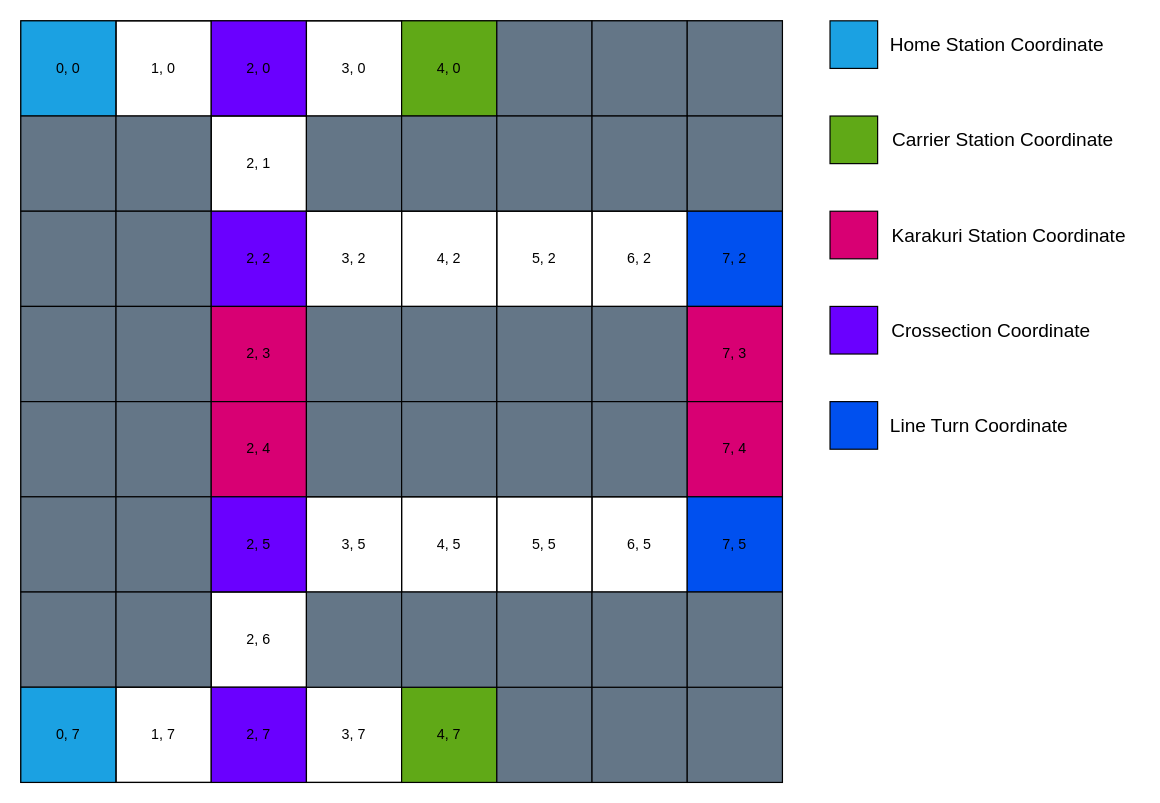
Above: page "Tag Map Coordinate" (4 of 6) of Program/Breakdown/AGV Track Design.drawio in AlfonsusGiovanni/Automated-Guided-Vehicle (draw.io), before the change. Source tidied: cells renumbered, new cells numbered last; positions are measured from the earlier drawing's top-left corner, leaving out a move shared by most shapes. Both pictures are drawn from the tidied source at 119%, with x=0, y=0 at pixel (20, 20).
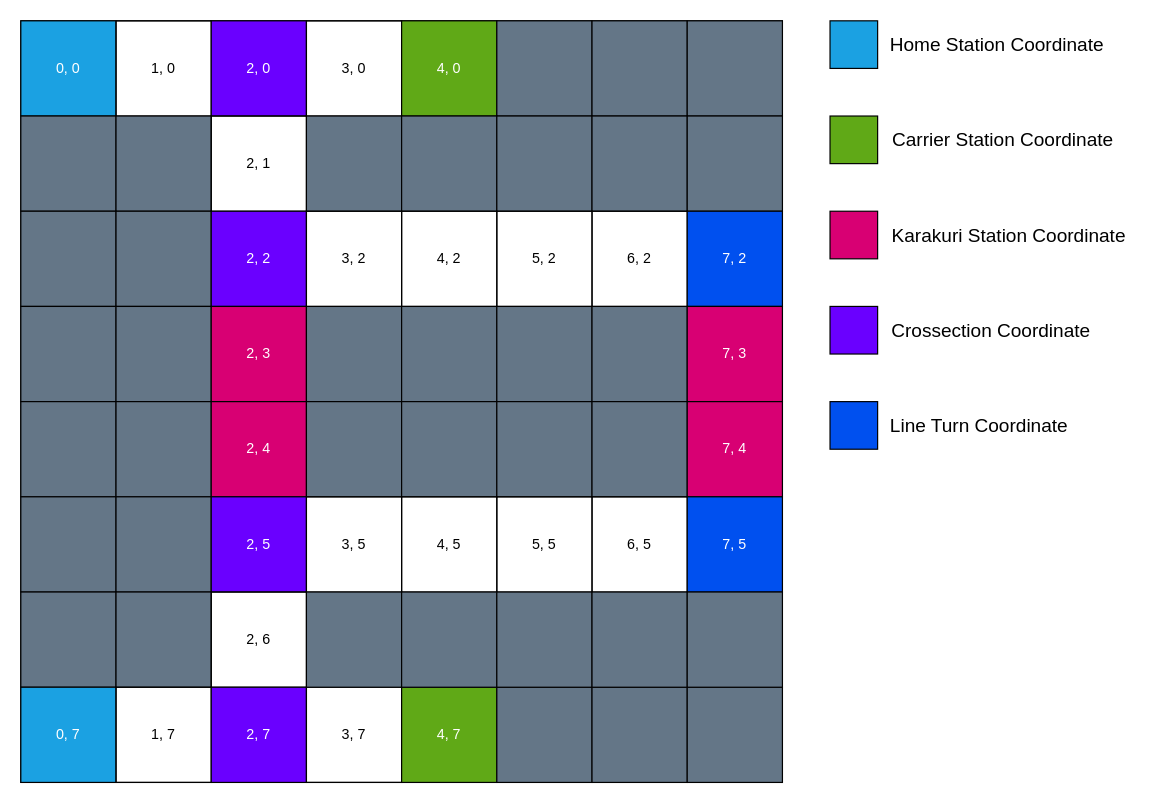
After the change.

What changed in the source:
```diff
@@
-    <mxCell id="13" value="0, 0" style="whiteSpace=wrap;html=1;flipH=1;flipV=1;fillColor=#1ba1e2;strokeColor=default;rotation=0;fontColor=default;" parent="1" vertex="1">
+    <mxCell id="13" value="0, 0" style="whiteSpace=wrap;html=1;flipH=1;flipV=1;fillColor=#1ba1e2;strokeColor=default;rotation=0;fontColor=#FFFFFF;" parent="1" vertex="1">
       <mxGeometry width="80" height="80" as="geometry" />
     </mxCell>
@@
-    <mxCell id="15" value="2, 0" style="whiteSpace=wrap;html=1;flipH=1;flipV=1;fillColor=#6a00ff;strokeColor=default;rotation=0;fontColor=default;" parent="1" vertex="1">
+    <mxCell id="15" value="2, 0" style="whiteSpace=wrap;html=1;flipH=1;flipV=1;fillColor=#6a00ff;strokeColor=default;rotation=0;fontColor=#FFFFFF;" parent="1" vertex="1">
       <mxGeometry x="160" width="80" height="80" as="geometry" />
     </mxCell>
@@
-    <mxCell id="17" value="4, 0" style="whiteSpace=wrap;html=1;flipH=1;flipV=1;fillColor=#60a917;strokeColor=default;rotation=0;fontColor=default;" parent="1" vertex="1">
+    <mxCell id="17" value="4, 0" style="whiteSpace=wrap;html=1;flipH=1;flipV=1;fillColor=#60a917;strokeColor=default;rotation=0;fontColor=#FFFFFF;" parent="1" vertex="1">
       <mxGeometry x="320" width="80" height="80" as="geometry" />
     </mxCell>
@@
-    <mxCell id="31" value="2, 2" style="whiteSpace=wrap;html=1;flipH=1;flipV=1;fillColor=#6a00ff;strokeColor=default;rotation=0;fontColor=default;" parent="1" vertex="1">
+    <mxCell id="31" value="2, 2" style="whiteSpace=wrap;html=1;flipH=1;flipV=1;fillColor=#6a00ff;strokeColor=default;rotation=0;fontColor=#FFFFFF;" parent="1" vertex="1">
       <mxGeometry x="160" y="160" width="80" height="80" as="geometry" />
     </mxCell>
@@
-    <mxCell id="36" value="7, 2" style="whiteSpace=wrap;html=1;flipH=1;flipV=1;fillColor=#0050ef;strokeColor=default;rotation=0;fontColor=default;" parent="1" vertex="1">
+    <mxCell id="36" value="7, 2" style="whiteSpace=wrap;html=1;flipH=1;flipV=1;fillColor=#0050ef;strokeColor=default;rotation=0;fontColor=#FFFFFF;" parent="1" vertex="1">
       <mxGeometry x="560" y="160" width="80" height="80" as="geometry" />
     </mxCell>
@@
-    <mxCell id="39" value="2, 3" style="whiteSpace=wrap;html=1;flipH=1;flipV=1;fillColor=#d80073;strokeColor=default;rotation=0;fontColor=default;" parent="1" vertex="1">
+    <mxCell id="39" value="2, 3" style="whiteSpace=wrap;html=1;flipH=1;flipV=1;fillColor=#d80073;strokeColor=default;rotation=0;fontColor=#FFFFFF;" parent="1" vertex="1">
       <mxGeometry x="160" y="240" width="80" height="80" as="geometry" />
     </mxCell>
@@
-    <mxCell id="44" value="7, 3" style="whiteSpace=wrap;html=1;flipH=1;flipV=1;fillColor=#d80073;strokeColor=default;rotation=0;fontColor=default;" parent="1" vertex="1">
+    <mxCell id="44" value="7, 3" style="whiteSpace=wrap;html=1;flipH=1;flipV=1;fillColor=#d80073;strokeColor=default;rotation=0;fontColor=#FFFFFF;" parent="1" vertex="1">
       <mxGeometry x="560" y="240" width="80" height="80" as="geometry" />
     </mxCell>
@@
-    <mxCell id="47" value="2, 4" style="whiteSpace=wrap;html=1;flipH=1;flipV=1;fillColor=#d80073;strokeColor=default;rotation=0;fontColor=default;" parent="1" vertex="1">
+    <mxCell id="47" value="2, 4" style="whiteSpace=wrap;html=1;flipH=1;flipV=1;fillColor=#d80073;strokeColor=default;rotation=0;fontColor=#FFFFFF;" parent="1" vertex="1">
       <mxGeometry x="160" y="320" width="80" height="80" as="geometry" />
     </mxCell>
@@
-    <mxCell id="52" value="7, 4" style="whiteSpace=wrap;html=1;flipH=1;flipV=1;fillColor=#d80073;strokeColor=default;rotation=0;fontColor=default;" parent="1" vertex="1">
+    <mxCell id="52" value="7, 4" style="whiteSpace=wrap;html=1;flipH=1;flipV=1;fillColor=#d80073;strokeColor=default;rotation=0;fontColor=#FFFFFF;" parent="1" vertex="1">
       <mxGeometry x="560" y="320" width="80" height="80" as="geometry" />
     </mxCell>
@@
-    <mxCell id="55" value="2, 5" style="whiteSpace=wrap;html=1;flipH=1;flipV=1;fillColor=#6a00ff;strokeColor=default;rotation=0;fontColor=default;" parent="1" vertex="1">
+    <mxCell id="55" value="2, 5" style="whiteSpace=wrap;html=1;flipH=1;flipV=1;fillColor=#6a00ff;strokeColor=default;rotation=0;fontColor=#FFFFFF;" parent="1" vertex="1">
       <mxGeometry x="160" y="400" width="80" height="80" as="geometry" />
     </mxCell>
@@
-    <mxCell id="60" value="7, 5" style="whiteSpace=wrap;html=1;flipH=1;flipV=1;fillColor=#0050ef;strokeColor=default;rotation=0;fontColor=default;" parent="1" vertex="1">
+    <mxCell id="60" value="7, 5" style="whiteSpace=wrap;html=1;flipH=1;flipV=1;fillColor=#0050ef;strokeColor=default;rotation=0;fontColor=#FFFFFF;" parent="1" vertex="1">
       <mxGeometry x="560" y="400" width="80" height="80" as="geometry" />
     </mxCell>
@@
-    <mxCell id="64" value="0, 7" style="whiteSpace=wrap;html=1;flipH=1;flipV=1;fillColor=#1ba1e2;strokeColor=default;rotation=0;fontColor=default;" parent="1" vertex="1">
+    <mxCell id="64" value="0, 7" style="whiteSpace=wrap;html=1;flipH=1;flipV=1;fillColor=#1ba1e2;strokeColor=default;rotation=0;fontColor=#FFFFFF;" parent="1" vertex="1">
       <mxGeometry y="560" width="80" height="80" as="geometry" />
     </mxCell>
@@
-    <mxCell id="66" value="2, 7" style="whiteSpace=wrap;html=1;flipH=1;flipV=1;fillColor=#6a00ff;strokeColor=default;rotation=0;fontColor=default;" parent="1" vertex="1">
+    <mxCell id="66" value="2, 7" style="whiteSpace=wrap;html=1;flipH=1;flipV=1;fillColor=#6a00ff;strokeColor=default;rotation=0;fontColor=#FFFFFF;" parent="1" vertex="1">
       <mxGeometry x="160" y="560" width="80" height="80" as="geometry" />
     </mxCell>
@@
-    <mxCell id="68" value="4, 7" style="whiteSpace=wrap;html=1;flipH=1;flipV=1;fillColor=#60a917;strokeColor=default;rotation=0;fontColor=default;" parent="1" vertex="1">
+    <mxCell id="68" value="4, 7" style="whiteSpace=wrap;html=1;flipH=1;flipV=1;fillColor=#60a917;strokeColor=default;rotation=0;fontColor=#FFFFFF;" parent="1" vertex="1">
       <mxGeometry x="320" y="560" width="80" height="80" as="geometry" />
     </mxCell>
```
